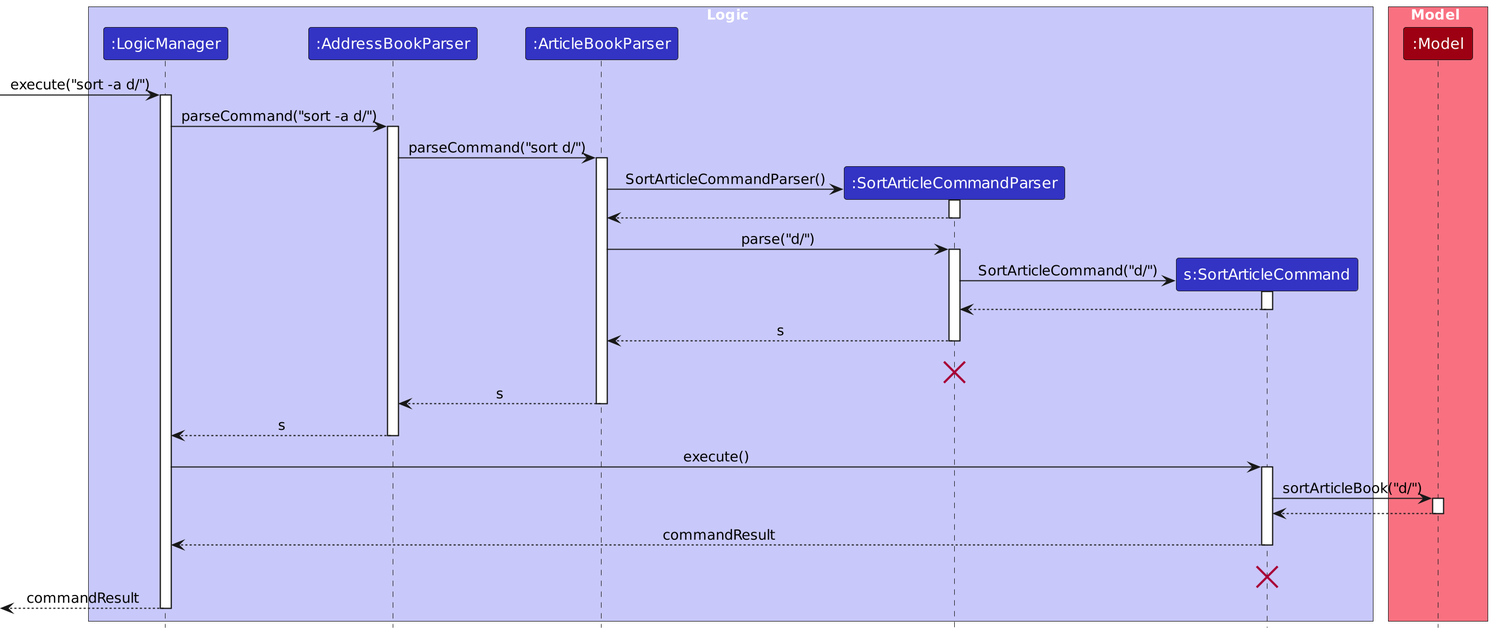
Before: diagrams/SortArticlesSequenceDiagram-Logic.png, a diagram exported from PlantUML (bennyLCK/tp). Its source is kept beside it as diagrams/SortArticlesSequenceDiagram-Logic.puml.
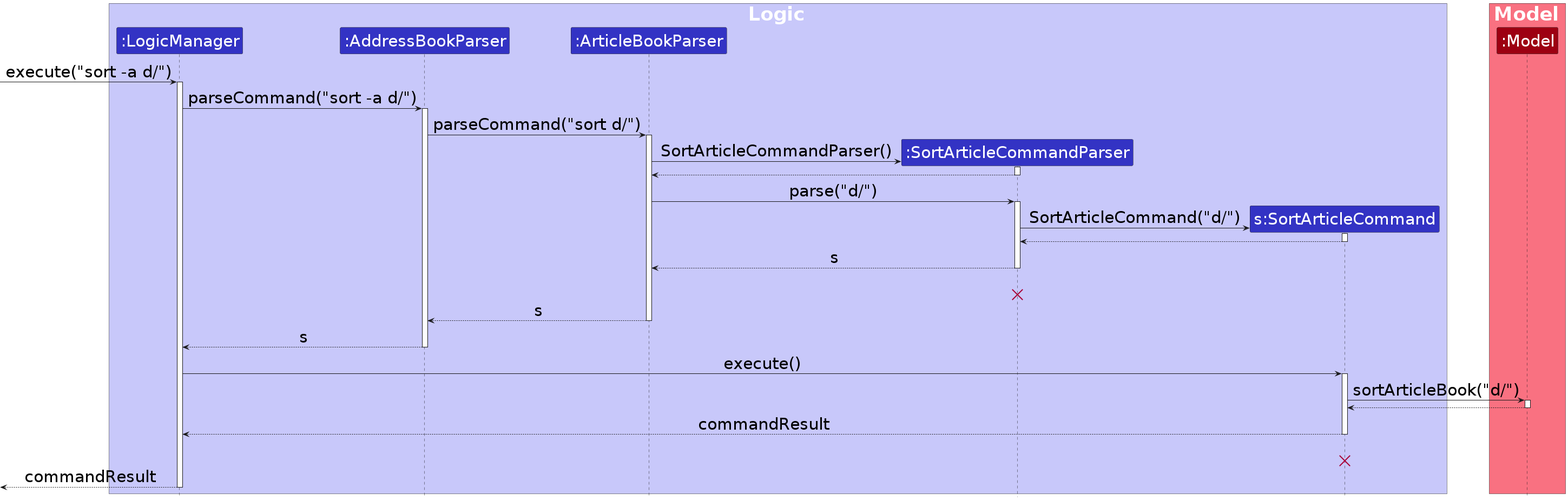
The same file after the commit.

Diff of the diagram source:
```diff
@@ -1,9 +1,8 @@
 @startuml
-!include style.puml
+!include style2.puml
 skinparam ArrowFontStyle plain
-scale 2
 
-box Logic LOGIC_COLOR_T1
+box <size:35>Logic</size> LOGIC_COLOR_T1
 participant ":LogicManager" as LogicManager LOGIC_COLOR
 participant ":AddressBookParser" as AddressBookParser LOGIC_COLOR
 participant ":ArticleBookParser" as ArticleBookParser LOGIC_COLOR
@@ -11,60 +10,60 @@
 participant "s:SortArticleCommand" as SortArticleCommand LOGIC_COLOR
 end box
 
-box Model MODEL_COLOR_T1
+box <size:35>Model</size> MODEL_COLOR_T1
 participant ":Model" as Model MODEL_COLOR
 end box
-[-> LogicManager : execute("sort -a d/")
+[-> LogicManager : <size:30>execute("sort -a d/")</size>
 activate LogicManager
 
-LogicManager -> AddressBookParser : parseCommand("sort -a d/")
+LogicManager -> AddressBookParser : <size:30>parseCommand("sort -a d/")</size>
 activate AddressBookParser
 
-AddressBookParser -> ArticleBookParser : parseCommand("sort d/")
+AddressBookParser -> ArticleBookParser : <size:30>parseCommand("sort d/")</size>
 activate ArticleBookParser
 
 create SortArticleCommandParser
-ArticleBookParser -> SortArticleCommandParser : SortArticleCommandParser()
+ArticleBookParser -> SortArticleCommandParser : <size:30>SortArticleCommandParser()</size>
 activate SortArticleCommandParser
 
 SortArticleCommandParser --> ArticleBookParser
 deactivate SortArticleCommandParser
 
-ArticleBookParser -> SortArticleCommandParser : parse("d/")
+ArticleBookParser -> SortArticleCommandParser : <size:30>parse("d/")</size>
 activate SortArticleCommandParser
 
 create SortArticleCommand
-SortArticleCommandParser -> SortArticleCommand : SortArticleCommand("d/")
+SortArticleCommandParser -> SortArticleCommand : <size:30>SortArticleCommand("d/")</size>
 activate SortArticleCommand
 
 SortArticleCommand --> SortArticleCommandParser
 deactivate SortArticleCommand
 
-SortArticleCommandParser --> ArticleBookParser : s
+SortArticleCommandParser --> ArticleBookParser : <size:30>s</size>
 deactivate SortArticleCommandParser
-SortArticleCommandParser -[hidden]-> AddressBookParser : s
+SortArticleCommandParser -[hidden]-> AddressBookParser : <size:30>s</size>
 destroy SortArticleCommandParser
 
-ArticleBookParser --> AddressBookParser : s
+ArticleBookParser --> AddressBookParser : <size:30>s</size>
 deactivate ArticleBookParser
 
-AddressBookParser --> LogicManager : s
+AddressBookParser --> LogicManager : <size:30>s</size>
 deactivate AddressBookParser
 
-LogicManager -> SortArticleCommand : execute()
+LogicManager -> SortArticleCommand : <size:30>execute()</size>
 activate SortArticleCommand
 
-SortArticleCommand -> Model : sortArticleBook("d/")
+SortArticleCommand -> Model : <size:30>sortArticleBook("d/")</size>
 activate Model
 
 Model --> SortArticleCommand
 deactivate Model
 
-SortArticleCommand --> LogicManager : commandResult
+SortArticleCommand --> LogicManager : <size:30>commandResult</size>
 deactivate SortArticleCommand
-SortArticleCommand -[hidden]-> LogicManager : commandResult
+SortArticleCommand -[hidden]-> LogicManager : <size:30>commandResult</size>
 destroy SortArticleCommand
 
-[<--LogicManager : commandResult
+[<--LogicManager : <size:30>commandResult</size>
 deactivate LogicManager
 @enduml
```
